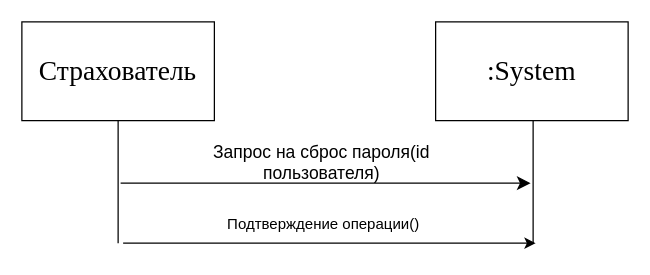
VladBaton/vlk keeps this draw.io diagram as page "Удаление учётной записи" (6 of 10) of src/main/resources/documentation/Диаграммы последовательностей системы ВИ.drawio. Above is the earlier version. Source tidied: cells renumbered, new cells numbered last; positions are measured from the earlier drawing's top-left corner, leaving out a move shared by most shapes. Both pictures are drawn from the tidied source at 125%, with x=0, y=0 at pixel (21, 21).
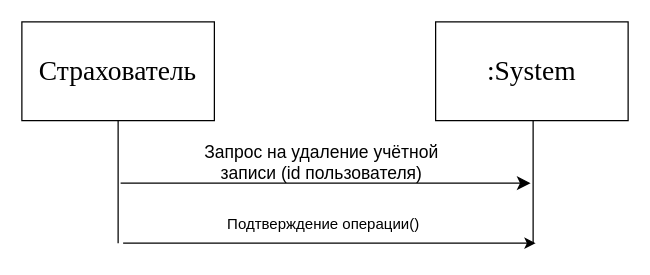
The same page after the edit.

Change to the diagram source:
```diff
@@
 <mxGraphModel>
   <root>
     <mxCell id="0" />
     <mxCell id="1" parent="0" />
     <mxCell id="2" value="Страхователь" style="rounded=0;whiteSpace=wrap;html=1;fontFamily=Times New Roman;fontSize=22;" parent="1" vertex="1">
       <mxGeometry width="154" height="79" as="geometry" />
     </mxCell>
     <mxCell id="3" value=":System" style="rounded=0;whiteSpace=wrap;html=1;fontFamily=Times New Roman;fontSize=22;" parent="1" vertex="1">
       <mxGeometry x="331" width="154" height="79" as="geometry" />
     </mxCell>
     <mxCell id="4" style="endArrow=none;html=1;rounded=0;fontSize=12;startSize=8;endSize=8;curved=1;entryX=0.5;entryY=1;entryDx=0;entryDy=0;" parent="1" edge="1" target="2">
       <mxGeometry relative="1" as="geometry">
         <mxPoint x="77" y="177" as="sourcePoint" />
       </mxGeometry>
     </mxCell>
     <mxCell id="5" style="endArrow=none;html=1;rounded=0;fontSize=12;startSize=8;endSize=8;curved=1;entryX=0.5;entryY=1;entryDx=0;entryDy=0;" parent="1" edge="1">
       <mxGeometry relative="1" as="geometry">
         <mxPoint x="409" y="177" as="sourcePoint" />
         <mxPoint x="409" y="79" as="targetPoint" />
       </mxGeometry>
     </mxCell>
     <mxCell id="6" style="endArrow=classic;html=1;rounded=0;fontSize=12;startSize=8;endSize=8;curved=1;" parent="1" edge="1">
       <mxGeometry relative="1" as="geometry">
         <mxPoint x="79" y="129" as="sourcePoint" />
         <mxPoint x="407" y="129" as="targetPoint" />
       </mxGeometry>
     </mxCell>
-    <mxCell id="7" value="Запрос на сброс пароля(id пользователя)" style="text;html=1;align=center;verticalAlign=middle;whiteSpace=wrap;rounded=0;fontSize=14;" parent="1" vertex="1">
+    <mxCell id="7" value="Запрос на удаление учётной записи (id пользователя)" style="text;html=1;align=center;verticalAlign=middle;whiteSpace=wrap;rounded=0;fontSize=14;" parent="1" vertex="1">
       <mxGeometry x="136" y="97" width="208" height="30" as="geometry" />
     </mxCell>
     <mxCell id="8" style="endArrow=classic;html=1;rounded=0;" parent="1" edge="1">
       <mxGeometry relative="1" as="geometry">
         <mxPoint x="81" y="177" as="sourcePoint" />
         <mxPoint x="411" y="177" as="targetPoint" />
       </mxGeometry>
     </mxCell>
     <mxCell id="9" value="Подтверждение операции()" style="text;html=1;align=center;verticalAlign=middle;strokeColor=none;fillColor=none;" parent="1" vertex="1">
       <mxGeometry x="151" y="147" width="180" height="30" as="geometry" />
     </mxCell>
   </root>
 </mxGraphModel>
```
